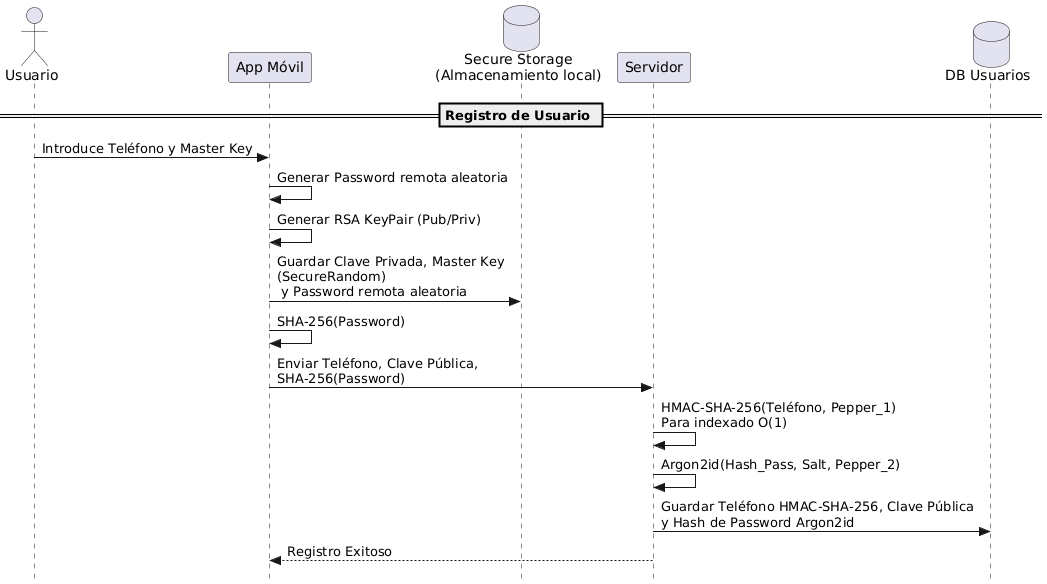
This is media/registro.png from Casiopobre/LockedIn, a PlantUML export, as it was before one commit.
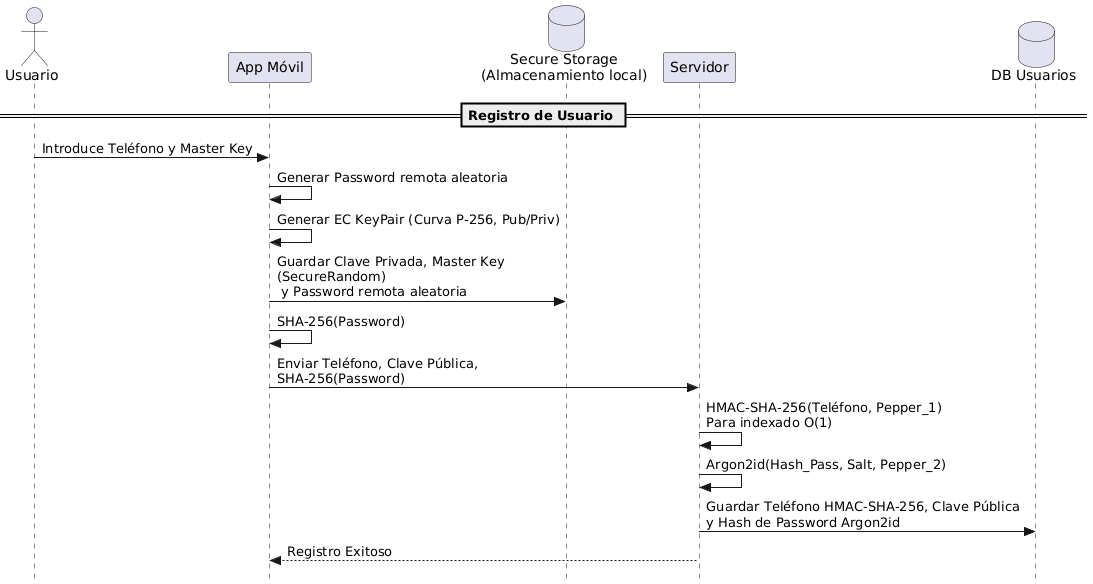
After the change.

Diff of the diagram source:
```diff
@@ -12,7 +12,7 @@
 
 U -> APP: Introduce Teléfono y Master Key
 APP -> APP: Generar Password remota aleatoria
-APP -> APP: Generar RSA KeyPair (Pub/Priv)
+APP -> APP: Generar EC KeyPair (Curva P-256, Pub/Priv)
 APP -> SS: Guardar Clave Privada, Master Key\n(SecureRandom)\n y Password remota aleatoria
 
 APP -> APP: SHA-256(Password)
```
